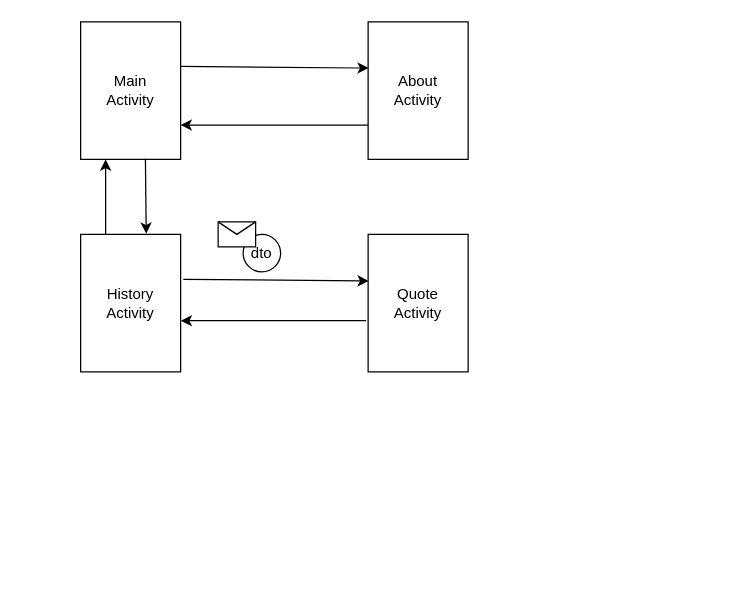
Before: page "Page-1" (1 of 5) of diagrams/Aula-11.drawio in isel-leic-pdm/PDM-2122-LI5X, a draw.io diagram. Source tidied: cells renumbered, new cells numbered last; positions are measured from the earlier drawing's top-left corner, leaving out a move shared by most shapes. Both pictures are drawn from the tidied source at 125%, with x=0, y=0 at pixel (80, 21).
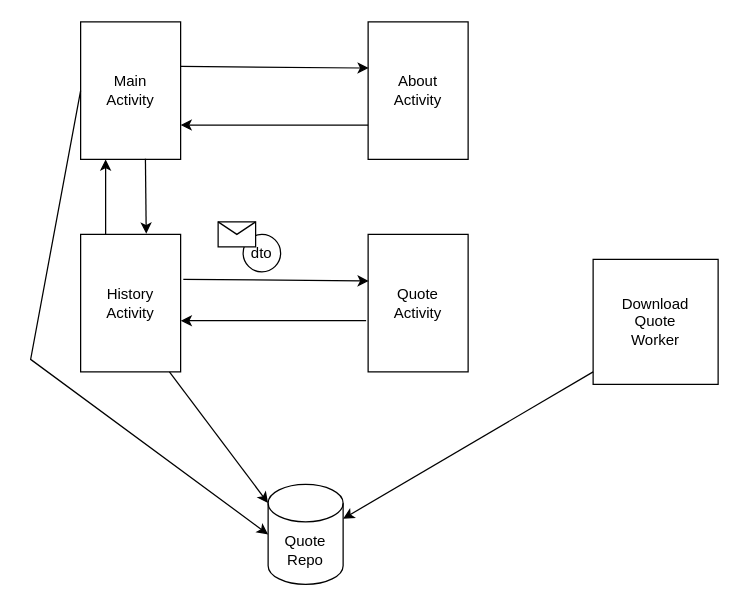
The same diagram, later.

The change refers to these unchanged cells:
```xml
<mxCell id="3" value="Main&lt;br&gt;Activity" style="rounded=0;whiteSpace=wrap;html=1;" parent="1" vertex="1">
  <mxGeometry width="80" height="110" as="geometry" />
</mxCell>
<mxCell id="7" value="History&lt;br&gt;Activity" style="rounded=0;whiteSpace=wrap;html=1;" parent="1" vertex="1">
  <mxGeometry y="170" width="80" height="110" as="geometry" />
</mxCell>
```

The edit, as a diff of the source:
```diff
@@
+    <mxCell id="14" value="Quote&lt;br&gt;Repo" style="shape=cylinder3;whiteSpace=wrap;html=1;boundedLbl=1;backgroundOutline=1;size=15;" parent="1" vertex="1">
+      <mxGeometry x="150" y="370" width="60" height="80" as="geometry" />
+    </mxCell>
+    <mxCell id="15" style="endArrow=classic;html=1;rounded=0;exitX=0.888;exitY=1;exitDx=0;exitDy=0;exitPerimeter=0;entryX=0;entryY=0;entryDx=0;entryDy=15;entryPerimeter=0;" parent="1" edge="1" source="7" target="14">
+      <mxGeometry relative="1" as="geometry" />
+    </mxCell>
+    <mxCell id="16" style="endArrow=classic;html=1;rounded=0;exitX=0;exitY=0.5;exitDx=0;exitDy=0;entryX=0;entryY=0.5;entryDx=0;entryDy=0;entryPerimeter=0;" parent="1" edge="1" source="3" target="14">
+      <mxGeometry relative="1" as="geometry">
+        <Array as="points">
+          <mxPoint x="-40" y="270" />
+        </Array>
+      </mxGeometry>
+    </mxCell>
+    <mxCell id="17" value="Download&lt;br&gt;Quote&lt;br&gt;Worker" style="rounded=0;whiteSpace=wrap;html=1;" parent="1" vertex="1">
+      <mxGeometry x="410" y="190" width="100" height="100" as="geometry" />
+    </mxCell>
+    <mxCell id="18" style="endArrow=classic;html=1;rounded=0;exitX=0;exitY=0.9;exitDx=0;exitDy=0;exitPerimeter=0;entryX=1;entryY=0;entryDx=0;entryDy=27.5;entryPerimeter=0;" parent="1" edge="1" source="17" target="14">
+      <mxGeometry relative="1" as="geometry" />
+    </mxCell>
```
